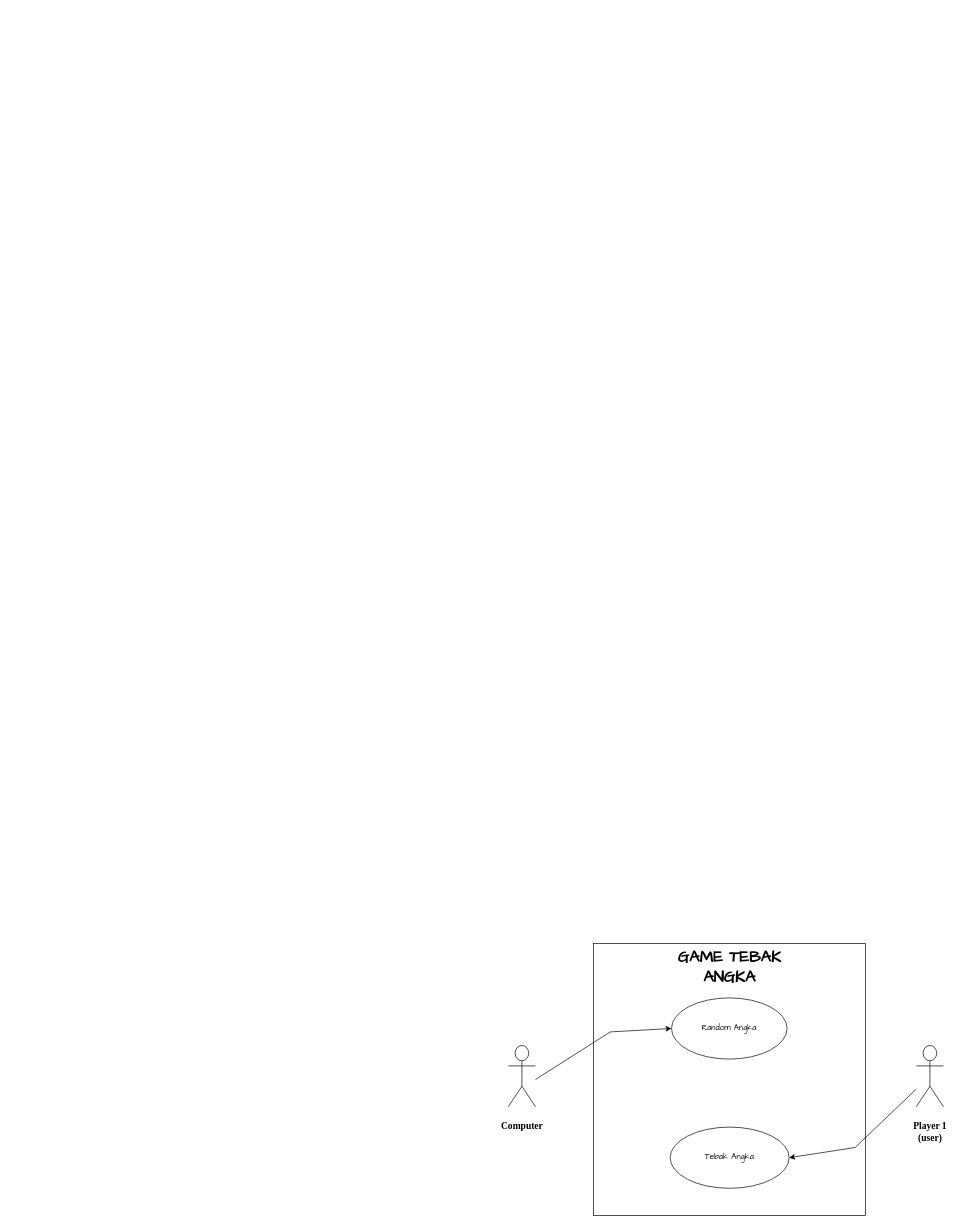
The draw.io diagram use-case.drawio in RezaSapitra/jobsheet1, before the edit. Source tidied: cells renumbered, new cells numbered last; positions are measured from the earlier drawing's top-left corner, leaving out a move shared by most shapes. Both pictures are drawn from the tidied source at 68%, with x=0, y=0 at pixel (508, 943).
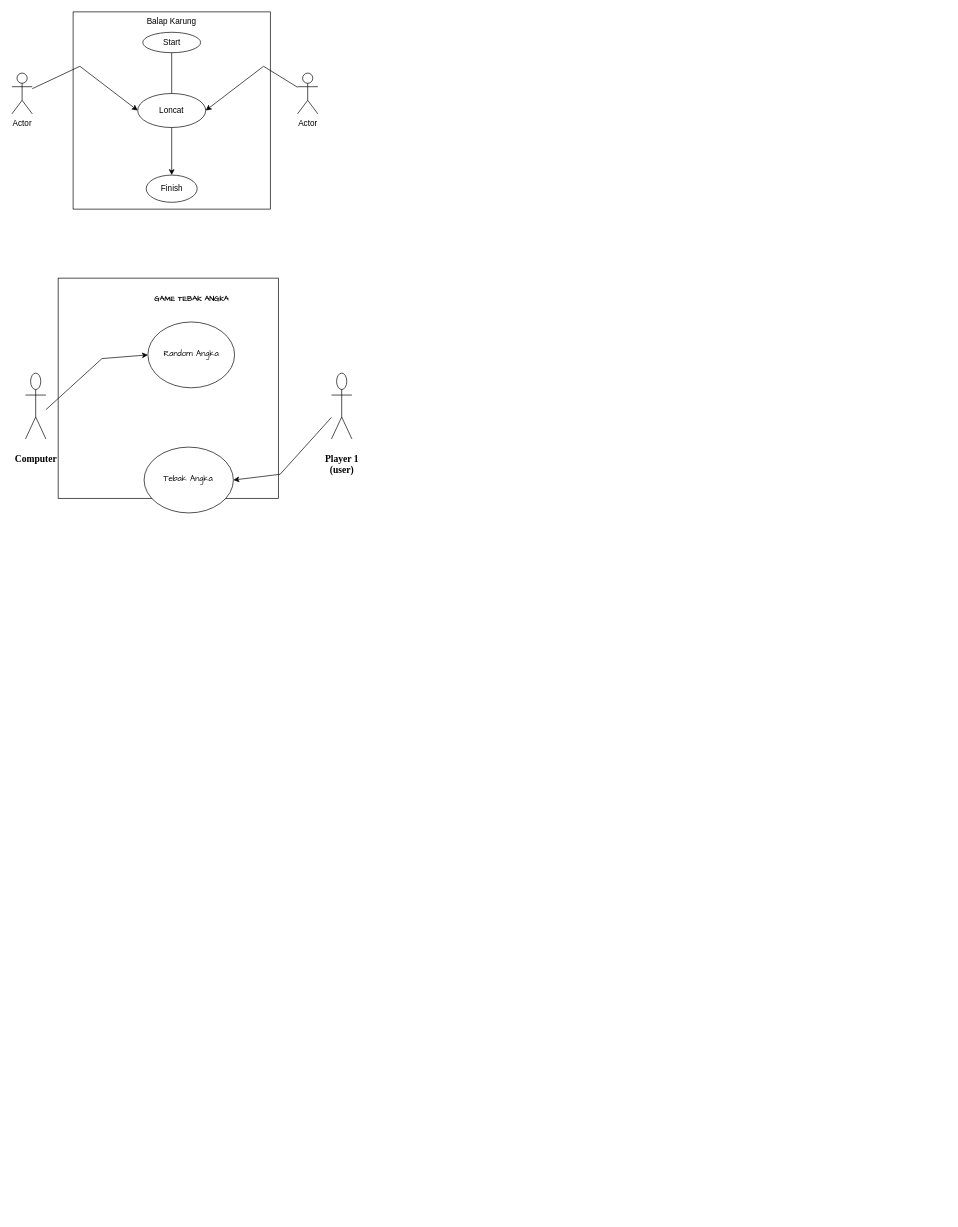
The same diagram, later.

Change to the diagram source:
```diff
@@
+    <mxCell id="10" style="group;" parent="1" vertex="1">
+      <mxGeometry x="-710" y="-1000" width="480" height="430" as="geometry" />
+    </mxCell>
-    <mxCell id="2" value="&lt;h3&gt;&lt;font face=&quot;Garamond&quot;&gt;Computer&lt;/font&gt;&lt;/h3&gt;" style="shape=umlActor;verticalLabelPosition=bottom;verticalAlign=top;html=1;" parent="1" vertex="1">
-      <mxGeometry y="150" width="40" height="90" as="geometry" />
+    <mxCell id="2" value="&lt;h3&gt;&lt;font face=&quot;Garamond&quot;&gt;Computer&lt;/font&gt;&lt;/h3&gt;" style="shape=umlActor;verticalLabelPosition=bottom;verticalAlign=top;html=1;" parent="10" vertex="1">
+      <mxGeometry y="161.2" width="30" height="96.8" as="geometry" />
     </mxCell>
-    <mxCell id="3" value="&lt;h3&gt;&lt;font face=&quot;Garamond&quot;&gt;Player 1&lt;br&gt;(user)&lt;/font&gt;&lt;/h3&gt;" style="shape=umlActor;verticalLabelPosition=bottom;verticalAlign=top;html=1;outlineConnect=0;" parent="1" vertex="1">
-      <mxGeometry x="600" y="150" width="40" height="90" as="geometry" />
+    <mxCell id="3" value="&lt;h3&gt;&lt;font face=&quot;Garamond&quot;&gt;Player 1&lt;br&gt;(user)&lt;/font&gt;&lt;/h3&gt;" style="shape=umlActor;verticalLabelPosition=bottom;verticalAlign=top;html=1;outlineConnect=0;" parent="10" vertex="1">
+      <mxGeometry x="450" y="161.2" width="30" height="96.8" as="geometry" />
     </mxCell>
-    <mxCell id="4" style="whiteSpace=wrap;html=1;fontStyle=0;" parent="1" vertex="1">
-      <mxGeometry x="125.5" width="400" height="400" as="geometry" />
+    <mxCell id="4" style="whiteSpace=wrap;html=1;fontStyle=0;" parent="10" vertex="1">
+      <mxGeometry x="48" y="21.5" width="323.8" height="323.8" as="geometry" />
     </mxCell>
-    <mxCell id="5" value="&lt;h1&gt;&lt;b&gt;&lt;font&gt;GAME TEBAK ANGKA&lt;/font&gt;&lt;/b&gt;&lt;/h1&gt;" style="text;html=1;strokeColor=none;fillColor=none;align=center;verticalAlign=middle;whiteSpace=wrap;rounded=0;fontFamily=Comic Sans MS;" parent="1" vertex="1">
-      <mxGeometry x="218" y="20" width="215" height="30" as="geometry" />
+    <mxCell id="5" value="&lt;h1 style=&quot;font-size: 11px;&quot;&gt;&lt;b style=&quot;font-size: 11px;&quot;&gt;&lt;font style=&quot;font-size: 11px;&quot;&gt;GAME TEBAK ANGKA&lt;/font&gt;&lt;/b&gt;&lt;/h1&gt;" style="text;html=1;strokeColor=none;fillColor=none;align=center;verticalAlign=middle;whiteSpace=wrap;rounded=0;fontFamily=Comic Sans MS;fontSize=11;" parent="10" vertex="1">
+      <mxGeometry x="93.9" y="49.6" width="300.5" height="4.1" as="geometry" />
     </mxCell>
-    <mxCell id="6" value="Random Angka" style="ellipse;whiteSpace=wrap;html=1;fontFamily=Comic Sans MS;" parent="1" vertex="1">
-      <mxGeometry x="240" y="80" width="170" height="90" as="geometry" />
+    <mxCell id="6" value="Random Angka" style="ellipse;whiteSpace=wrap;html=1;fontFamily=Comic Sans MS;" parent="10" vertex="1">
+      <mxGeometry x="180" y="86" width="127.5" height="96.8" as="geometry" />
     </mxCell>
-    <mxCell id="7" value="Tebak Angka" style="ellipse;whiteSpace=wrap;html=1;fontFamily=Comic Sans MS;" parent="1" vertex="1">
-      <mxGeometry x="238" y="270" width="175" height="90" as="geometry" />
+    <mxCell id="7" value="Tebak Angka" style="ellipse;whiteSpace=wrap;html=1;fontFamily=Comic Sans MS;" parent="10" vertex="1">
+      <mxGeometry x="174.4" y="270" width="131.3" height="96.8" as="geometry" />
     </mxCell>
-    <mxCell id="8" style="endArrow=classic;html=1;rounded=0;entryX=0;entryY=0.5;entryDx=0;entryDy=0;" parent="1" edge="1" target="6">
+    <mxCell id="8" style="endArrow=classic;html=1;rounded=0;entryX=0;entryY=0.5;entryDx=0;entryDy=0;" parent="10" edge="1" target="6">
       <mxGeometry relative="1" as="geometry">
-        <mxPoint x="40" y="200" as="sourcePoint" />
+        <mxPoint x="30" y="215" as="sourcePoint" />
         <Array as="points">
-          <mxPoint x="150" y="130" />
+          <mxPoint x="112.5" y="139.8" />
         </Array>
       </mxGeometry>
     </mxCell>
-    <mxCell id="9" style="endArrow=classic;html=1;rounded=0;entryX=1;entryY=0.5;entryDx=0;entryDy=0;" parent="1" edge="1" source="3" target="7">
+    <mxCell id="9" style="endArrow=classic;html=1;rounded=0;entryX=1;entryY=0.5;entryDx=0;entryDy=0;" parent="10" edge="1" source="3" target="7">
       <mxGeometry relative="1" as="geometry">
         <Array as="points">
-          <mxPoint x="510" y="300" />
+          <mxPoint x="374.4" y="310" />
         </Array>
       </mxGeometry>
     </mxCell>
+    <mxCell id="11" style="whiteSpace=wrap;html=1;" parent="1" vertex="1">
+      <mxGeometry x="-640" y="-1370" width="290" height="290" as="geometry" />
+    </mxCell>
+    <mxCell id="12" value="Actor" style="shape=umlActor;verticalLabelPosition=bottom;verticalAlign=top;html=1;outlineConnect=0;" parent="1" vertex="1">
+      <mxGeometry x="-310" y="-1280" width="30" height="60" as="geometry" />
+    </mxCell>
+    <mxCell id="13" value="Actor" style="shape=umlActor;verticalLabelPosition=bottom;verticalAlign=top;html=1;outlineConnect=0;" parent="1" vertex="1">
+      <mxGeometry x="-730" y="-1280" width="30" height="60" as="geometry" />
+    </mxCell>
+    <mxCell id="14" value="Balap Karung" style="text;html=1;strokeColor=none;fillColor=none;align=center;verticalAlign=middle;whiteSpace=wrap;rounded=0;" parent="1" vertex="1">
+      <mxGeometry x="-535" y="-1370" width="80" height="30" as="geometry" />
+    </mxCell>
+    <mxCell id="15" style="endArrow=classic;html=1;rounded=0;entryX=0;entryY=0.5;entryDx=0;entryDy=0;" parent="1" edge="1" source="13" target="20">
+      <mxGeometry relative="1" as="geometry">
+        <Array as="points">
+          <mxPoint x="-630" y="-1290" />
+        </Array>
+      </mxGeometry>
+    </mxCell>
+    <mxCell id="16" style="endArrow=classic;html=1;rounded=0;entryX=1;entryY=0.5;entryDx=0;entryDy=0;" parent="1" edge="1" source="12" target="20">
+      <mxGeometry relative="1" as="geometry">
+        <Array as="points">
+          <mxPoint x="-360" y="-1290" />
+        </Array>
+      </mxGeometry>
+    </mxCell>
+    <mxCell id="17" value="Finish" style="ellipse;whiteSpace=wrap;html=1;" parent="1" vertex="1">
+      <mxGeometry x="-532.5" y="-1130" width="75" height="40" as="geometry" />
+    </mxCell>
+    <mxCell id="18" style="endArrow=classic;html=1;rounded=0;exitX=0.5;exitY=1;exitDx=0;exitDy=0;" parent="1" edge="1" source="19" target="17">
+      <mxGeometry relative="1" as="geometry" />
+    </mxCell>
+    <mxCell id="19" value="Start" style="ellipse;whiteSpace=wrap;html=1;" parent="1" vertex="1">
+      <mxGeometry x="-537.5" y="-1340" width="85" height="30" as="geometry" />
+    </mxCell>
+    <mxCell id="20" value="Loncat" style="ellipse;whiteSpace=wrap;html=1;" parent="1" vertex="1">
+      <mxGeometry x="-545" y="-1250" width="100" height="50" as="geometry" />
+    </mxCell>
```
